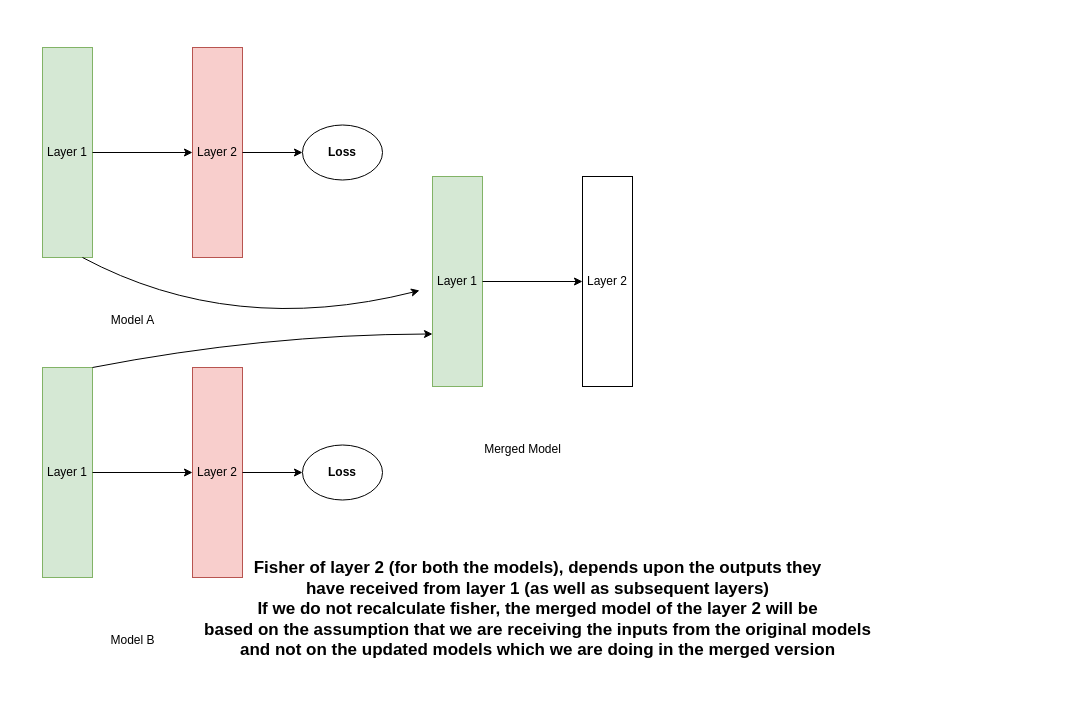
This is why layerwise fisher recalculation.drawio from babangain/drawio, a draw.io file, before an edit. Source tidied: cells renumbered, new cells numbered last; positions are measured from the earlier drawing's top-left corner, leaving out a move shared by most shapes. Both pictures are drawn from the tidied source at 100%, with x=0, y=0 at pixel (42, 47).
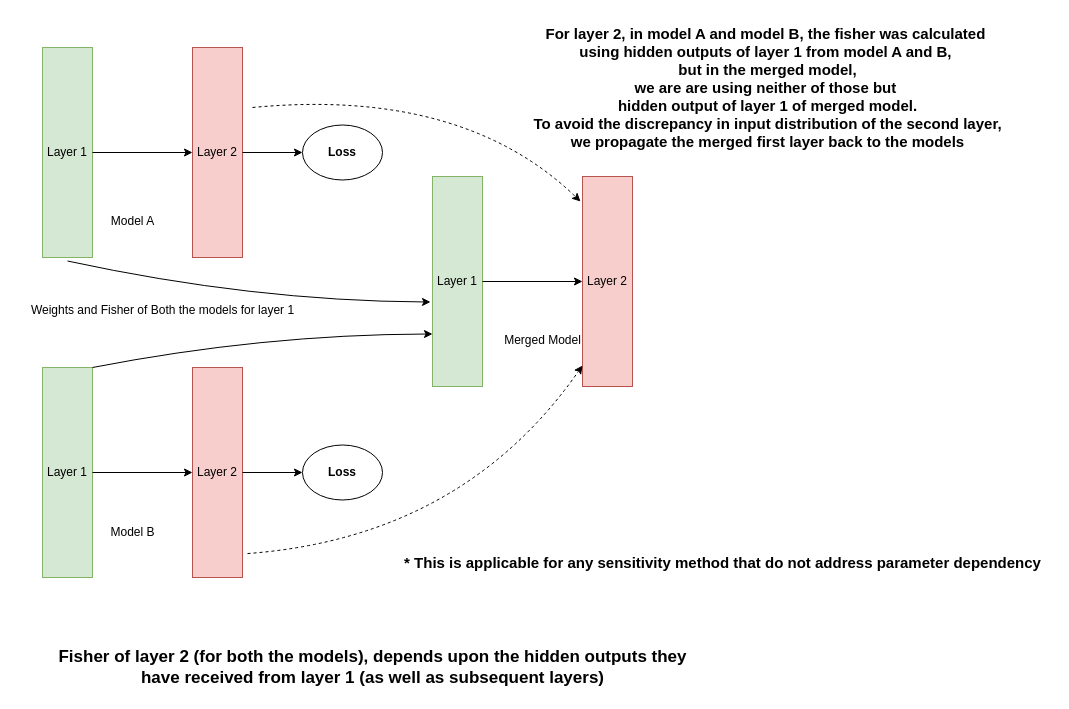
The same diagram, later.

The change refers to these unchanged cells:
```xml
<mxCell id="7" value="Layer 2" style="rounded=0;whiteSpace=wrap;html=1;fillColor=#f8cecc;strokeColor=#b85450;" parent="1" vertex="1">
  <mxGeometry x="150" y="320" width="50" height="210" as="geometry" />
</mxCell>
```

What changed in the source:
```diff
@@
     <mxCell id="5" value="Model A" style="text;html=1;align=center;verticalAlign=middle;strokeColor=none;fillColor=none;" parent="1" vertex="1">
-      <mxGeometry x="55" y="258" width="70" height="30" as="geometry" />
+      <mxGeometry x="55" y="159" width="70" height="30" as="geometry" />
     </mxCell>
@@
     <mxCell id="9" value="Model B" style="text;html=1;align=center;verticalAlign=middle;strokeColor=none;fillColor=none;" parent="1" vertex="1">
-      <mxGeometry x="55" y="578" width="70" height="30" as="geometry" />
+      <mxGeometry x="55" y="470" width="70" height="30" as="geometry" />
     </mxCell>
@@
-    <mxCell id="11" value="Layer 2" style="rounded=0;whiteSpace=wrap;html=1;" parent="1" vertex="1">
+    <mxCell id="11" value="Layer 2" style="rounded=0;whiteSpace=wrap;html=1;fillColor=#f8cecc;strokeColor=#b85450;" parent="1" vertex="1">
       <mxGeometry x="540" y="129" width="50" height="210" as="geometry" />
     </mxCell>
@@
     <mxCell id="13" value="Merged Model" style="text;html=1;align=center;verticalAlign=middle;strokeColor=none;fillColor=none;" parent="1" vertex="1">
-      <mxGeometry x="430" y="387" width="100" height="30" as="geometry" />
+      <mxGeometry x="450" y="278" width="100" height="30" as="geometry" />
     </mxCell>
@@
-    <mxCell id="18" style="endArrow=classic;html=1;rounded=0;exitX=1;exitY=1;exitDx=0;exitDy=0;entryX=-0.06;entryY=0.543;entryDx=0;entryDy=0;entryPerimeter=0;curved=1;" parent="1" edge="1">
-      <mxGeometry relative="1" as="geometry">
-        <mxPoint x="40" y="210" as="sourcePoint" />
-        <mxPoint x="377" y="243" as="targetPoint" />
-        <Array as="points">
-          <mxPoint x="190" y="290" />
-        </Array>
-      </mxGeometry>
-    </mxCell>
@@
-    <mxCell id="20" value="&lt;div&gt;&lt;font style=&quot;font-size: 17px;&quot;&gt;Fisher of layer 2 (for both the models), depends upon the outputs they&lt;/font&gt;&lt;/div&gt;&lt;div&gt;&lt;font style=&quot;font-size: 17px;&quot;&gt;have received from layer 1 (as well as subsequent layers)&lt;/font&gt;&lt;/div&gt;&lt;div&gt;&lt;font style=&quot;font-size: 17px;&quot;&gt;If we do not recalculate fisher, the merged model of the layer 2 will be&lt;/font&gt;&lt;/div&gt;&lt;div&gt;&lt;font style=&quot;font-size: 17px;&quot;&gt;based on the assumption that we are receiving the inputs from the original models&lt;/font&gt;&lt;/div&gt;&lt;div&gt;&lt;font style=&quot;font-size: 17px;&quot;&gt;and not on the updated models which we are doing in the merged version&lt;/font&gt;&lt;/div&gt;&lt;div&gt;&lt;font style=&quot;font-size: 17px;&quot;&gt;&lt;br&gt;&lt;/font&gt;&lt;/div&gt;" style="text;html=1;align=center;verticalAlign=middle;strokeColor=none;fillColor=none;fontStyle=1;" parent="1" vertex="1">
-      <mxGeometry x="175" y="502" width="640" height="140" as="geometry" />
+    <mxCell id="20" value="&lt;div&gt;&lt;font style=&quot;font-size: 17px;&quot;&gt;Fisher of layer 2 (for both the models), depends upon the hidden outputs they&lt;/font&gt;&lt;/div&gt;&lt;div&gt;&lt;font style=&quot;font-size: 17px;&quot;&gt;have received from layer 1 (as well as subsequent layers)&lt;/font&gt;&lt;/div&gt;" style="text;html=1;align=center;verticalAlign=middle;strokeColor=none;fillColor=none;fontStyle=1;" parent="1" vertex="1">
+      <mxGeometry x="25" y="595" width="610" height="50" as="geometry" />
     </mxCell>
+    <mxCell id="21" style="endArrow=classic;html=1;rounded=0;exitX=0.5;exitY=1;exitDx=0;exitDy=0;entryX=-0.04;entryY=0.581;entryDx=0;entryDy=0;entryPerimeter=0;curved=1;" parent="1" edge="1">
+      <mxGeometry relative="1" as="geometry">
+        <mxPoint x="25" y="213.5" as="sourcePoint" />
+        <mxPoint x="388" y="254.5" as="targetPoint" />
+        <Array as="points">
+          <mxPoint x="210" y="253.5" />
+        </Array>
+      </mxGeometry>
+    </mxCell>
+    <mxCell id="22" value="Weights and Fisher of Both the models for layer 1" style="text;html=1;align=center;verticalAlign=middle;strokeColor=none;fillColor=none;" parent="1" vertex="1">
+      <mxGeometry x="-25" y="248" width="290" height="30" as="geometry" />
+    </mxCell>
+    <mxCell id="23" value="&lt;div&gt;&lt;b&gt;&lt;font style=&quot;font-size: 15px;&quot;&gt;For layer 2, in model A and model B, the fisher was calculated&amp;nbsp;&lt;/font&gt;&lt;/b&gt;&lt;/div&gt;&lt;div&gt;&lt;b&gt;&lt;font style=&quot;font-size: 15px;&quot;&gt;using hidden outputs of layer 1 from model A and B,&amp;nbsp;&lt;/font&gt;&lt;/b&gt;&lt;/div&gt;&lt;div&gt;&lt;b&gt;&lt;font style=&quot;font-size: 15px;&quot;&gt;but in the merged model,&lt;/font&gt;&lt;/b&gt;&lt;/div&gt;&lt;div&gt;&lt;b&gt;&lt;font style=&quot;font-size: 15px;&quot;&gt;we are are using neither of those but&amp;nbsp;&lt;/font&gt;&lt;/b&gt;&lt;/div&gt;&lt;div&gt;&lt;b&gt;&lt;font style=&quot;font-size: 15px;&quot;&gt;hidden output of layer 1 of merged model.&lt;/font&gt;&lt;/b&gt;&lt;/div&gt;&lt;div&gt;&lt;b&gt;&lt;font style=&quot;font-size: 15px;&quot;&gt;To avoid the discrepancy in input distribution of the second layer,&lt;/font&gt;&lt;/b&gt;&lt;/div&gt;&lt;div&gt;&lt;b&gt;&lt;font style=&quot;font-size: 15px;&quot;&gt;we propagate the merged first layer back to the models&lt;/font&gt;&lt;/b&gt;&lt;/div&gt;" style="text;html=1;align=center;verticalAlign=middle;strokeColor=none;fillColor=none;" parent="1" vertex="1">
+      <mxGeometry x="480" y="-30" width="490" height="140" as="geometry" />
+    </mxCell>
+    <mxCell id="24" style="endArrow=classic;html=1;rounded=0;entryX=-0.04;entryY=0.119;entryDx=0;entryDy=0;entryPerimeter=0;dashed=1;curved=1;" parent="1" edge="1" target="11">
+      <mxGeometry relative="1" as="geometry">
+        <mxPoint x="210" y="60" as="sourcePoint" />
+        <Array as="points">
+          <mxPoint x="420" y="40" />
+        </Array>
+      </mxGeometry>
+    </mxCell>
+    <mxCell id="25" style="endArrow=classic;html=1;rounded=0;exitX=1.1;exitY=0.886;exitDx=0;exitDy=0;exitPerimeter=0;entryX=0;entryY=0.9;entryDx=0;entryDy=0;entryPerimeter=0;curved=1;dashed=1;" parent="1" edge="1" source="7" target="11">
+      <mxGeometry relative="1" as="geometry">
+        <Array as="points">
+          <mxPoint x="420" y="490" />
+        </Array>
+      </mxGeometry>
+    </mxCell>
+    <mxCell id="26" value="&lt;b&gt;&lt;font style=&quot;font-size: 15px;&quot;&gt;* This is applicable for any sensitivity method that do not address parameter dependency&lt;/font&gt;&lt;/b&gt;" style="text;html=1;align=center;verticalAlign=middle;strokeColor=none;fillColor=none;" parent="1" vertex="1">
+      <mxGeometry x="350" y="500" width="660" height="30" as="geometry" />
+    </mxCell>
```
